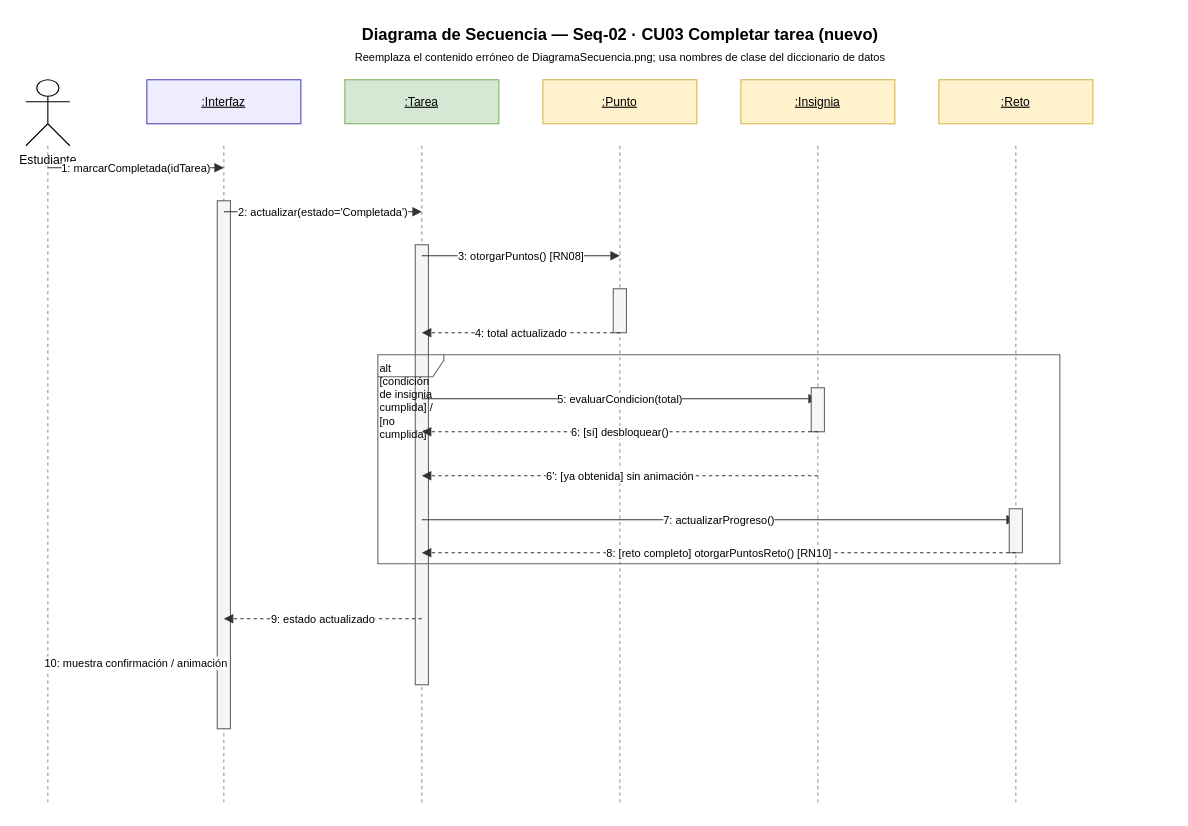
The draw.io diagram pjc/docs/diseno/drawio/10_Secuencia_Seq02_CompletarTarea.drawio in Castillo8976/H-bitos-Gamificados-Uni, before the edit. Source tidied: cells renumbered, new cells numbered last; positions are measured from the earlier drawing's top-left corner, leaving out a move shared by most shapes. Both pictures are drawn from the tidied source at 110%, with x=0, y=0 at pixel (25, 19).
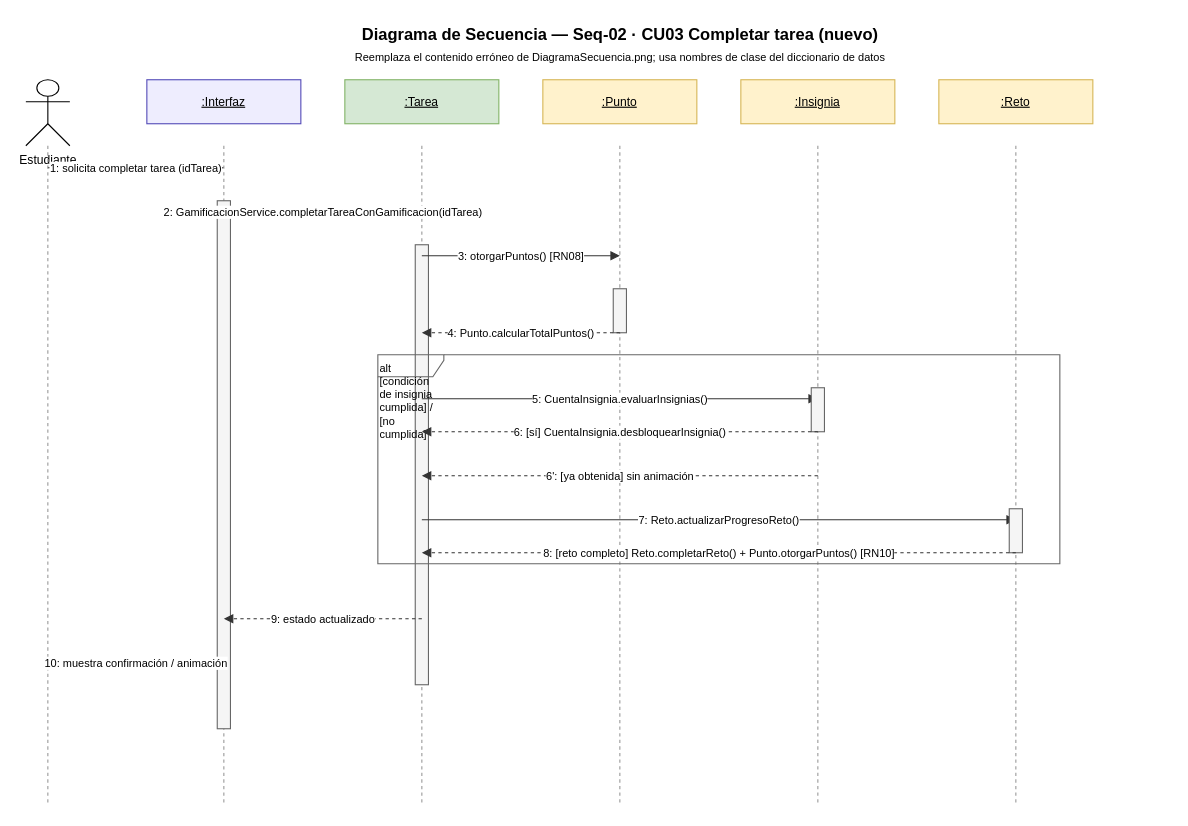
Above is the later version.

The edit, as a diff of the source:
```diff
@@
-    <mxCell id="16" value="1: marcarCompletada(idTarea)" style="endArrow=block;endFill=1;html=1;fontSize=10;strokeColor=#333333;" parent="1" edge="1">
+    <mxCell id="16" value="1: solicita completar tarea (idTarea)" style="endArrow=block;endFill=1;html=1;fontSize=10;strokeColor=#333333;" parent="1" edge="1">
       <mxGeometry relative="1" as="geometry">
         <mxPoint x="20" y="135" as="sourcePoint" />
         <mxPoint x="180" y="135" as="targetPoint" />
       </mxGeometry>
     </mxCell>
@@
-    <mxCell id="18" value="2: actualizar(estado='Completada')" style="endArrow=block;endFill=1;html=1;fontSize=10;strokeColor=#333333;" parent="1" edge="1">
+    <mxCell id="18" value="2: GamificacionService.completarTareaConGamificacion(idTarea)" style="endArrow=block;endFill=1;html=1;fontSize=10;strokeColor=#333333;" parent="1" edge="1">
       <mxGeometry relative="1" as="geometry">
         <mxPoint x="180" y="175" as="sourcePoint" />
         <mxPoint x="360" y="175" as="targetPoint" />
       </mxGeometry>
     </mxCell>
@@
-    <mxCell id="22" value="4: total actualizado" style="endArrow=block;endFill=1;html=1;dashed=1;fontSize=10;strokeColor=#333333;" parent="1" edge="1">
+    <mxCell id="22" value="4: Punto.calcularTotalPuntos()" style="endArrow=block;endFill=1;html=1;dashed=1;fontSize=10;strokeColor=#333333;" parent="1" edge="1">
       <mxGeometry relative="1" as="geometry">
         <mxPoint x="540" y="285" as="sourcePoint" />
         <mxPoint x="360" y="285" as="targetPoint" />
       </mxGeometry>
     </mxCell>
@@
-    <mxCell id="24" value="5: evaluarCondicion(total)" style="endArrow=block;endFill=1;html=1;fontSize=10;strokeColor=#333333;" parent="1" edge="1">
+    <mxCell id="24" value="5: CuentaInsignia.evaluarInsignias()" style="endArrow=block;endFill=1;html=1;fontSize=10;strokeColor=#333333;" parent="1" edge="1">
       <mxGeometry relative="1" as="geometry">
         <mxPoint x="360" y="345" as="sourcePoint" />
         <mxPoint x="720" y="345" as="targetPoint" />
       </mxGeometry>
     </mxCell>
@@
-    <mxCell id="26" value="6: [sí] desbloquear()" style="endArrow=block;endFill=1;html=1;dashed=1;fontSize=10;strokeColor=#333333;" parent="1" edge="1">
+    <mxCell id="26" value="6: [sí] CuentaInsignia.desbloquearInsignia()" style="endArrow=block;endFill=1;html=1;dashed=1;fontSize=10;strokeColor=#333333;" parent="1" edge="1">
       <mxGeometry relative="1" as="geometry">
         <mxPoint x="720" y="375" as="sourcePoint" />
         <mxPoint x="360" y="375" as="targetPoint" />
       </mxGeometry>
     </mxCell>
@@
-    <mxCell id="28" value="7: actualizarProgreso()" style="endArrow=block;endFill=1;html=1;fontSize=10;strokeColor=#333333;" parent="1" edge="1">
+    <mxCell id="28" value="7: Reto.actualizarProgresoReto()" style="endArrow=block;endFill=1;html=1;fontSize=10;strokeColor=#333333;" parent="1" edge="1">
       <mxGeometry relative="1" as="geometry">
         <mxPoint x="360" y="455" as="sourcePoint" />
         <mxPoint x="900" y="455" as="targetPoint" />
       </mxGeometry>
     </mxCell>
@@
-    <mxCell id="30" value="8: [reto completo] otorgarPuntosReto() [RN10]" style="endArrow=block;endFill=1;html=1;dashed=1;fontSize=10;strokeColor=#333333;" parent="1" edge="1">
+    <mxCell id="30" value="8: [reto completo] Reto.completarReto() + Punto.otorgarPuntos() [RN10]" style="endArrow=block;endFill=1;html=1;dashed=1;fontSize=10;strokeColor=#333333;" parent="1" edge="1">
       <mxGeometry relative="1" as="geometry">
         <mxPoint x="900" y="485" as="sourcePoint" />
         <mxPoint x="360" y="485" as="targetPoint" />
       </mxGeometry>
     </mxCell>
```
